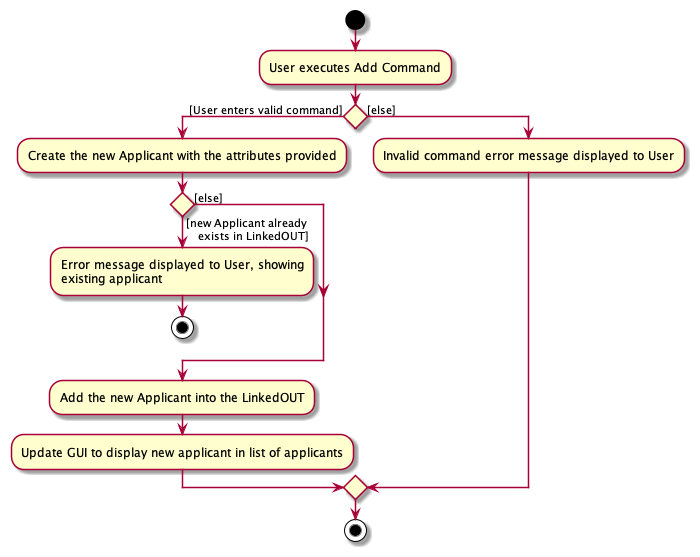
This is docs/images/AddCommandActivityDiagram.png from zzhikai/tp, a PlantUML export, as it was before one commit.
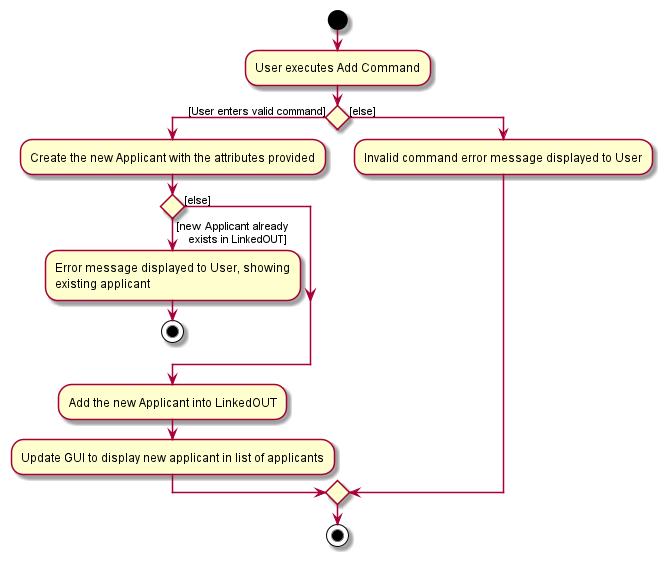
After the change.

Diff of the diagram source:
```diff
@@ -18,7 +18,7 @@
     else ([else])
     endif
 
-    :Add the new Applicant into the LinkedOUT;
+    :Add the new Applicant into LinkedOUT;
 
     :Update GUI to display new applicant in list of applicants;
 else ([else])
```
